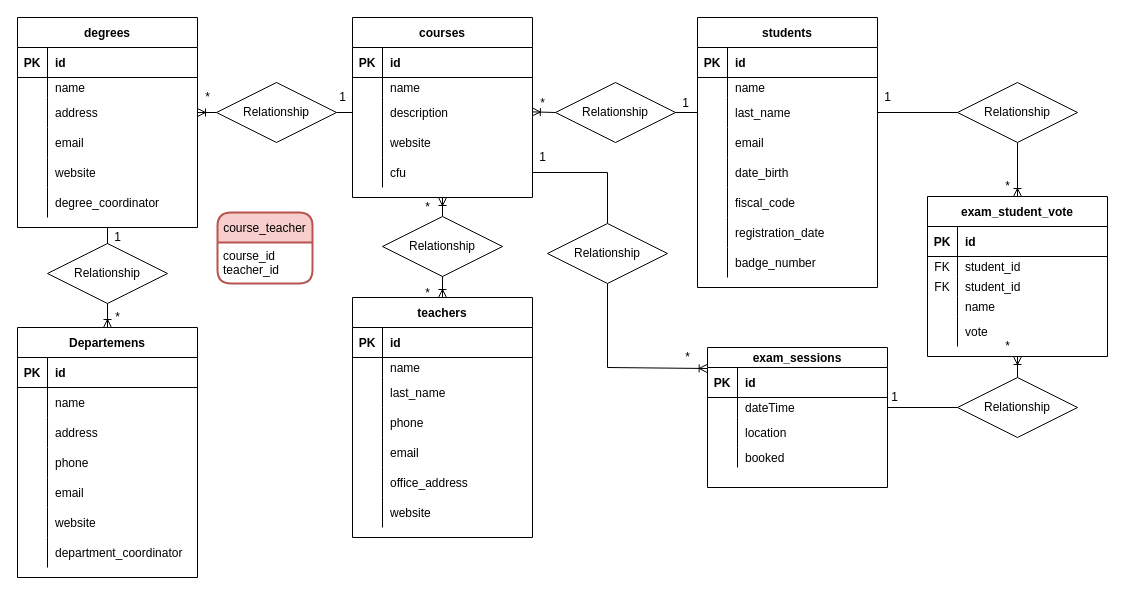
Earlier version of the draw.io diagram db-university.drawio (VALDEV05/db-university). Source tidied: cells renumbered, new cells numbered last; positions are measured from the earlier drawing's top-left corner, leaving out a move shared by most shapes. Both pictures are drawn from the tidied source at 100%, with x=0, y=0 at pixel (17, 17).
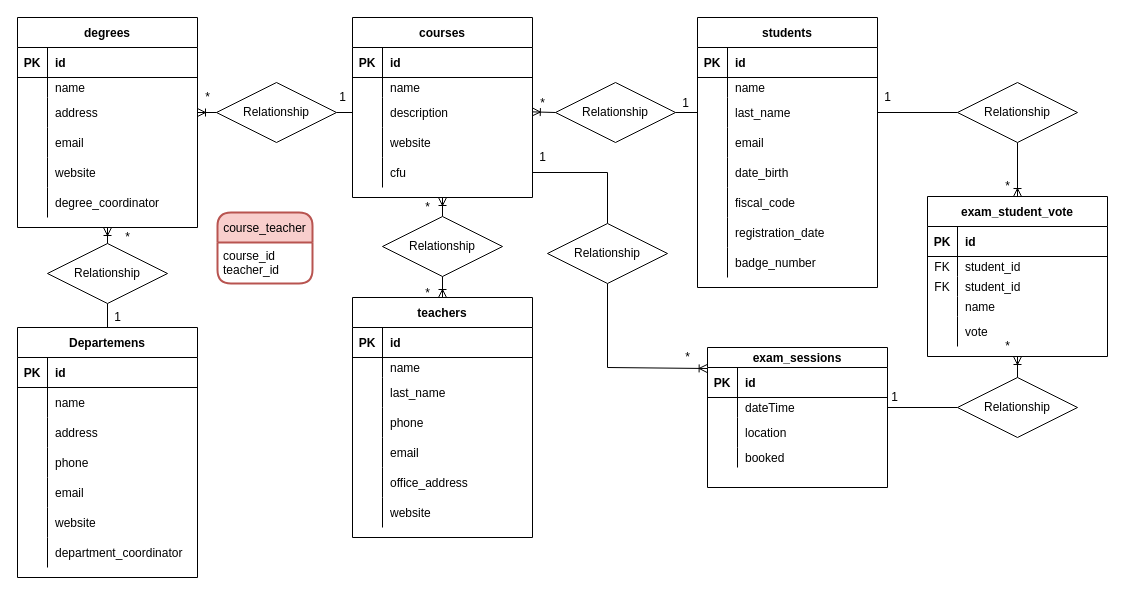
Above is the later version.

Commit message:
change direction departemens

The change refers to these unchanged cells:
```xml
<mxCell id="2" value="Departemens" style="shape=table;startSize=30;childLayout=tableLayout;rowLines=0;fontStyle=1;align=center;" parent="1" vertex="1">
  <mxGeometry y="310" width="180" height="250" as="geometry" />
</mxCell>
<mxCell id="24" value="degrees" style="shape=table;startSize=30;childLayout=tableLayout;rowLines=0;fontStyle=1;align=center;" parent="1" vertex="1">
  <mxGeometry width="180" height="210" as="geometry" />
</mxCell>
<mxCell id="44" value="Relationship" style="shape=rhombus;perimeter=rhombusPerimeter;whiteSpace=wrap;html=1;align=center;" parent="1" vertex="1">
  <mxGeometry x="30" y="226" width="120" height="60" as="geometry" />
</mxCell>
```

Diff of the diagram source:
```diff
@@
-    <mxCell id="43" style="fontSize=12;html=1;endArrow=ERoneToMany;rounded=0;exitX=0.5;exitY=1;exitDx=0;exitDy=0;entryX=0.5;entryY=0;entryDx=0;entryDy=0;startArrow=none;" parent="1" edge="1" source="44" target="2">
+    <mxCell id="43" style="fontSize=12;html=1;endArrow=none;rounded=0;exitX=0.5;exitY=1;exitDx=0;exitDy=0;entryX=0.5;entryY=0;entryDx=0;entryDy=0;startArrow=none;startFill=0;endFill=0;" parent="1" edge="1" source="44" target="2">
       <mxGeometry relative="1" as="geometry" />
     </mxCell>
@@
-    <mxCell id="45" style="fontSize=12;html=1;endArrow=none;rounded=0;exitX=0.5;exitY=1;exitDx=0;exitDy=0;entryX=0.5;entryY=0;entryDx=0;entryDy=0;" parent="1" edge="1" source="24" target="44">
+    <mxCell id="45" style="fontSize=12;html=1;endArrow=none;rounded=0;exitX=0.5;exitY=1;exitDx=0;exitDy=0;entryX=0.5;entryY=0;entryDx=0;entryDy=0;startArrow=ERoneToMany;startFill=0;" parent="1" edge="1" source="24" target="44">
       <mxGeometry relative="1" as="geometry" />
     </mxCell>
@@
     <mxCell id="144" value="1" style="text;html=1;align=center;verticalAlign=middle;strokeColor=none;fillColor=none;" parent="1" vertex="1">
-      <mxGeometry x="90" y="210" width="20" height="20" as="geometry" />
+      <mxGeometry x="90" y="290" width="20" height="20" as="geometry" />
     </mxCell>
     <mxCell id="145" value="*" style="text;html=1;align=center;verticalAlign=middle;strokeColor=none;fillColor=none;" parent="1" vertex="1">
-      <mxGeometry x="90" y="290" width="20" height="20" as="geometry" />
+      <mxGeometry x="100" y="210" width="20" height="20" as="geometry" />
     </mxCell>
```
